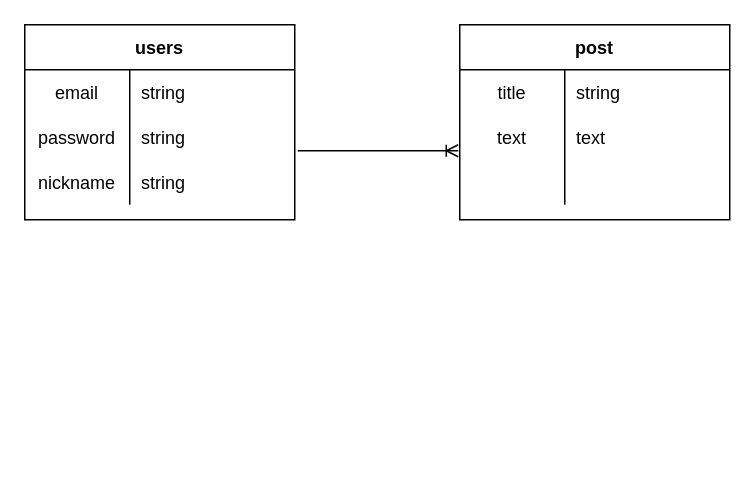
This is ER.dio from kei-yokoyama/my_diary, a draw.io file, before an edit. Source tidied: cells renumbered, new cells numbered last; positions are measured from the earlier drawing's top-left corner, leaving out a move shared by most shapes. Both pictures are drawn from the tidied source at 150%, with x=0, y=0 at pixel (24, 24).
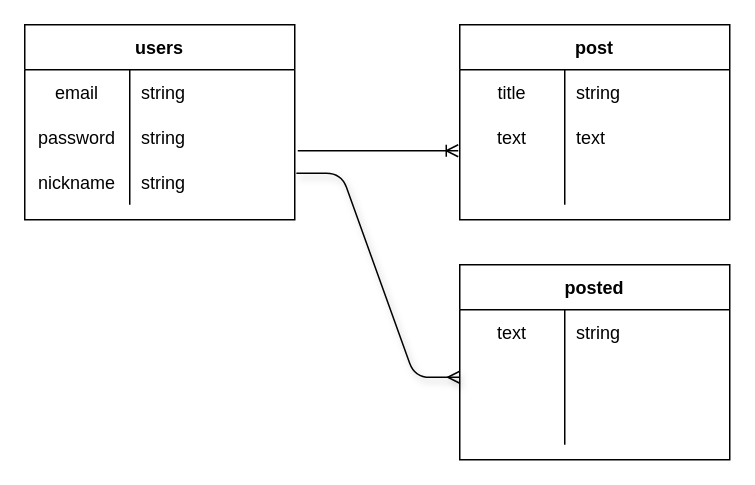
Above is the later version.

The change refers to these unchanged cells:
```xml
<mxCell id="9" style="shape=partialRectangle;fillColor=none;top=0;left=0;bottom=0;right=0;points=[[0,0.5],[1,0.5]];portConstraint=eastwest;" parent="2" vertex="1">
  <mxGeometry y="90" width="180" height="30" as="geometry" />
</mxCell>
```

The edit, as a diff of the source:
```diff
@@
+    <mxCell id="23" value="posted" style="shape=table;startSize=30;childLayout=tableLayout;rowLines=0;fontStyle=1;align=center;" parent="1" vertex="1">
+      <mxGeometry x="290" y="160" width="180" height="130" as="geometry" />
+    </mxCell>
+    <mxCell id="24" style="shape=partialRectangle;fillColor=none;top=0;left=0;bottom=0;right=0;" parent="23" vertex="1">
+      <mxGeometry y="30" width="180" height="30" as="geometry" />
+    </mxCell>
+    <mxCell id="25" value="text" style="shape=partialRectangle;fillColor=none;top=0;left=0;bottom=0;right=0;overflow=hidden;" parent="24" vertex="1">
+      <mxGeometry width="70" height="30" as="geometry" />
+    </mxCell>
+    <mxCell id="26" value="string" style="shape=partialRectangle;fillColor=none;top=0;left=0;bottom=0;right=0;align=left;spacingLeft=6;overflow=hidden;" parent="24" vertex="1">
+      <mxGeometry x="70" width="110" height="30" as="geometry" />
+    </mxCell>
+    <mxCell id="27" style="shape=partialRectangle;fillColor=none;top=0;left=0;bottom=0;right=0;points=[[0,0.5],[1,0.5]];portConstraint=eastwest;" parent="23" vertex="1">
+      <mxGeometry y="60" width="180" height="30" as="geometry" />
+    </mxCell>
+    <mxCell id="28" style="shape=partialRectangle;fillColor=none;top=0;left=0;bottom=0;right=0;overflow=hidden;" parent="27" vertex="1">
+      <mxGeometry width="70" height="30" as="geometry" />
+    </mxCell>
+    <mxCell id="29" style="shape=partialRectangle;fillColor=none;top=0;left=0;bottom=0;right=0;align=left;spacingLeft=6;overflow=hidden;" parent="27" vertex="1">
+      <mxGeometry x="70" width="110" height="30" as="geometry" />
+    </mxCell>
+    <mxCell id="30" style="shape=partialRectangle;fillColor=none;top=0;left=0;bottom=0;right=0;" parent="23" vertex="1">
+      <mxGeometry y="90" width="180" height="30" as="geometry" />
+    </mxCell>
+    <mxCell id="31" style="shape=partialRectangle;fillColor=none;top=0;left=0;bottom=0;right=0;overflow=hidden;" parent="30" vertex="1">
+      <mxGeometry width="70" height="30" as="geometry" />
+    </mxCell>
+    <mxCell id="32" style="shape=partialRectangle;fillColor=none;top=0;left=0;bottom=0;right=0;align=left;spacingLeft=6;overflow=hidden;" parent="30" vertex="1">
+      <mxGeometry x="70" width="110" height="30" as="geometry" />
+    </mxCell>
+    <mxCell id="33" style="edgeStyle=entityRelationEdgeStyle;fontSize=12;html=1;endArrow=ERmany;exitX=1.006;exitY=0.3;exitDx=0;exitDy=0;exitPerimeter=0;entryX=0;entryY=0.5;entryDx=0;entryDy=0;rounded=1;shadow=1;anchorPointDirection=1;endFill=1;" parent="1" edge="1" source="9" target="27">
+      <mxGeometry relative="1" as="geometry" />
+    </mxCell>
```
